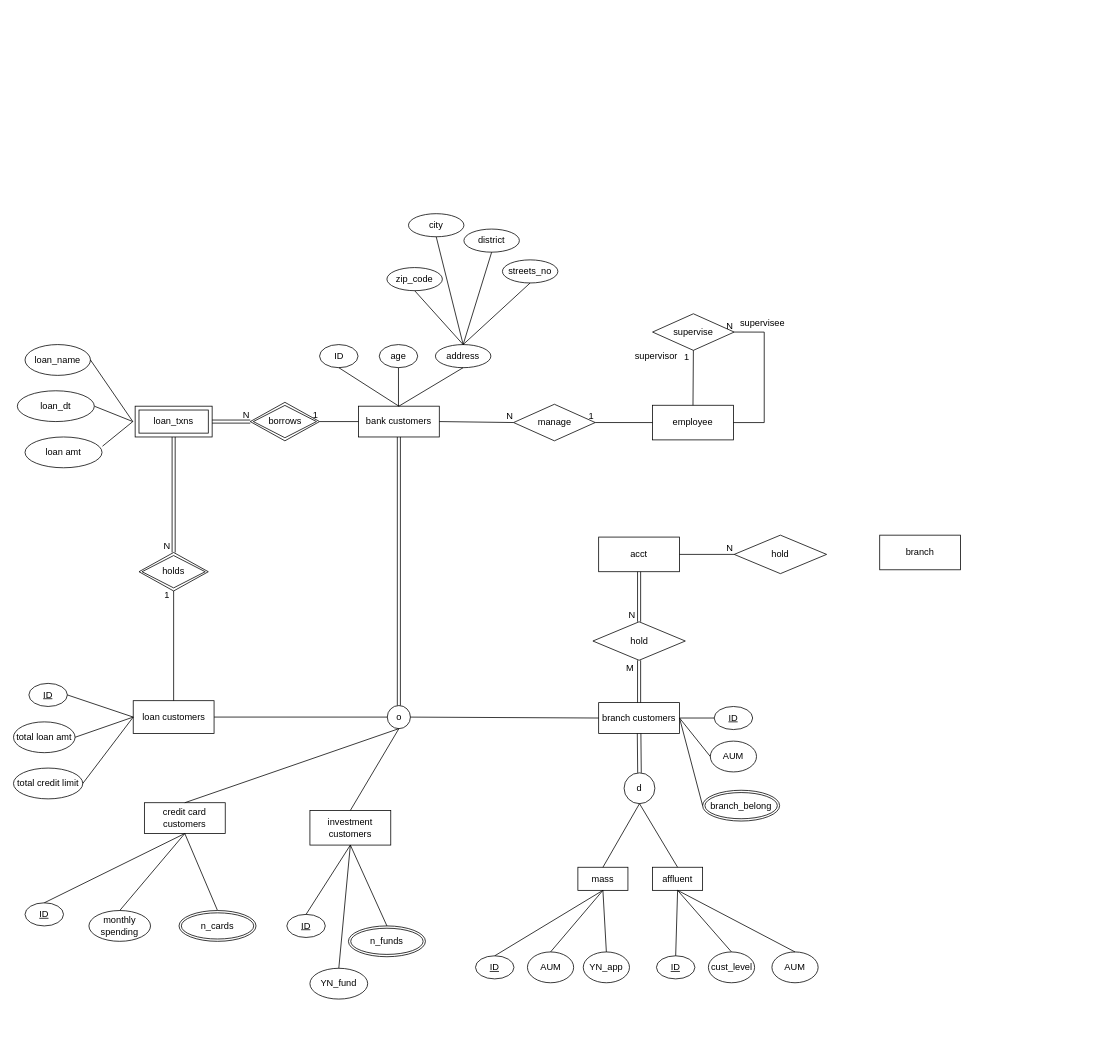
The draw.io diagram Homeworks/hw1.drawio in qqaazz800624/2023_Database_Systems_SQLtoNoSQL, before the edit. Source tidied: cells renumbered, new cells numbered last; positions are measured from the earlier drawing's top-left corner, leaving out a move shared by most shapes. Both pictures are drawn from the tidied source at 77%, with x=0, y=0 at pixel (13, 213).
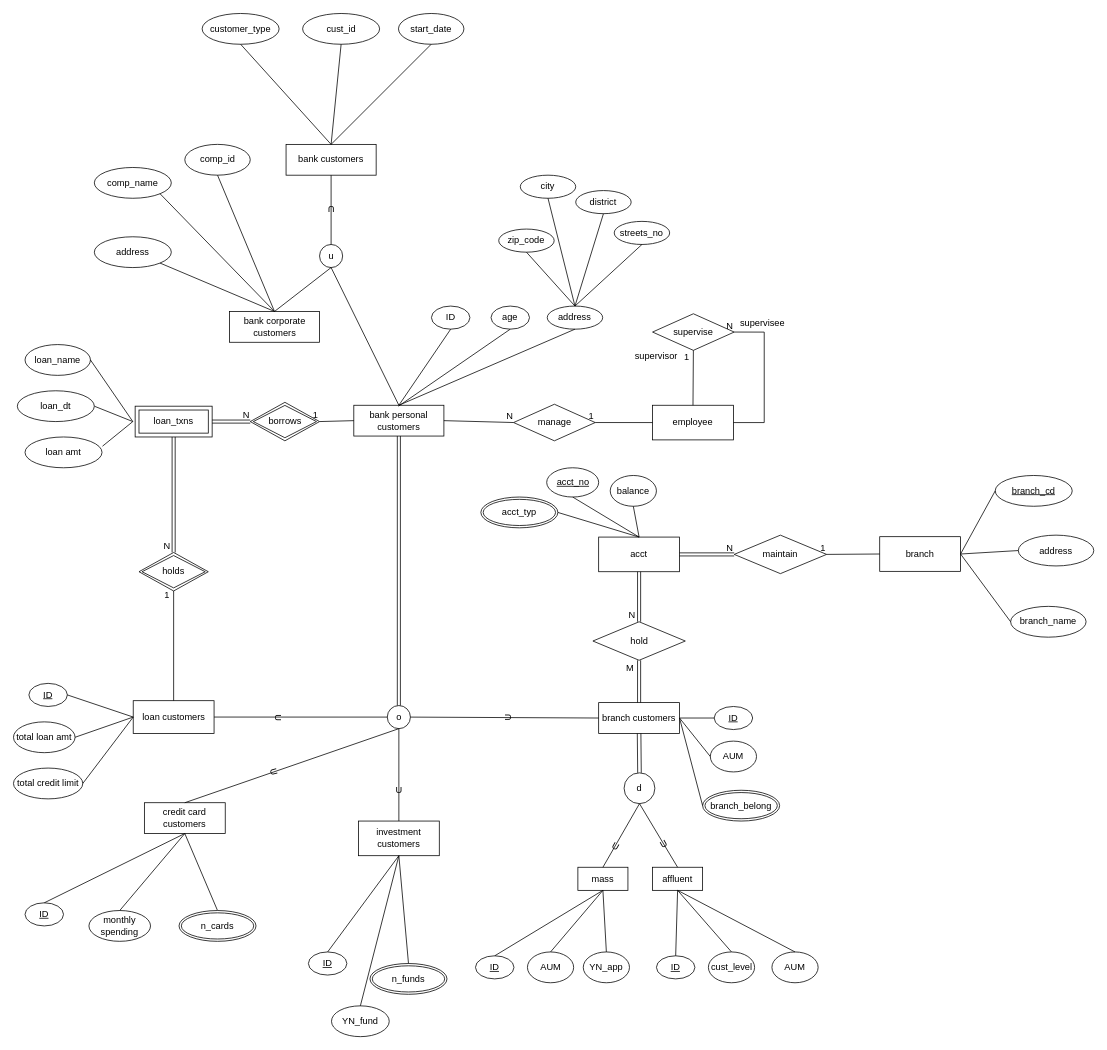
The same diagram, later.

The change refers to these unchanged cells:
```xml
<mxCell id="95" value="acct" style="rounded=0;whiteSpace=wrap;html=1;" parent="1" vertex="1">
  <mxGeometry x="760" y="420" width="105" height="45" as="geometry" />
</mxCell>
```

What changed in the source:
```diff
@@
-    <mxCell id="2" value="bank customers" style="rounded=0;whiteSpace=wrap;html=1;" parent="1" vertex="1">
-      <mxGeometry x="448" y="250" width="105" height="40" as="geometry" />
+    <mxCell id="2" value="bank personal customers" style="rounded=0;whiteSpace=wrap;html=1;" parent="1" vertex="1">
+      <mxGeometry x="442" y="248.8" width="117" height="40" as="geometry" />
     </mxCell>
@@
     <mxCell id="5" value="investment customers" style="rounded=0;whiteSpace=wrap;html=1;" parent="1" vertex="1">
-      <mxGeometry x="385" y="775" width="105" height="45" as="geometry" />
+      <mxGeometry x="448" y="788.8" width="105" height="45" as="geometry" />
     </mxCell>
@@
     <mxCell id="10" value="ID" style="ellipse;whiteSpace=wrap;html=1;" parent="1" vertex="1">
-      <mxGeometry x="397.5" y="170" width="50" height="30" as="geometry" />
+      <mxGeometry x="542.8" y="120" width="50" height="30" as="geometry" />
     </mxCell>
     <mxCell id="11" value="age" style="ellipse;whiteSpace=wrap;html=1;" parent="1" vertex="1">
-      <mxGeometry x="475" y="170" width="50" height="30" as="geometry" />
+      <mxGeometry x="620.2" y="120" width="50" height="30" as="geometry" />
     </mxCell>
     <mxCell id="12" value="address" style="ellipse;whiteSpace=wrap;html=1;" parent="1" vertex="1">
-      <mxGeometry x="548" y="170" width="72" height="30" as="geometry" />
+      <mxGeometry x="693.2" y="120" width="72" height="30" as="geometry" />
     </mxCell>
@@
     <mxCell id="46" value="zip_code" style="ellipse;whiteSpace=wrap;html=1;" parent="1" vertex="1">
-      <mxGeometry x="485" y="70" width="72" height="30" as="geometry" />
+      <mxGeometry x="630.2" y="20" width="72" height="30" as="geometry" />
     </mxCell>
     <mxCell id="47" value="city" style="ellipse;whiteSpace=wrap;html=1;" parent="1" vertex="1">
-      <mxGeometry x="513" width="72" height="30" as="geometry" />
+      <mxGeometry x="658.2" y="-50" width="72" height="30" as="geometry" />
     </mxCell>
     <mxCell id="48" value="district" style="ellipse;whiteSpace=wrap;html=1;" parent="1" vertex="1">
-      <mxGeometry x="585" y="20" width="72" height="30" as="geometry" />
+      <mxGeometry x="730.2" y="-30" width="72" height="30" as="geometry" />
     </mxCell>
     <mxCell id="49" value="streets_no" style="ellipse;whiteSpace=wrap;html=1;" parent="1" vertex="1">
-      <mxGeometry x="635" y="60" width="72" height="30" as="geometry" />
+      <mxGeometry x="780.2" y="10" width="72" height="30" as="geometry" />
     </mxCell>
@@
     <mxCell id="67" value="&lt;u&gt;ID&lt;/u&gt;" style="ellipse;whiteSpace=wrap;html=1;" parent="1" vertex="1">
-      <mxGeometry x="355" y="910" width="50" height="30" as="geometry" />
+      <mxGeometry x="383" y="958.8" width="50" height="30" as="geometry" />
     </mxCell>
     <mxCell id="68" value="YN_fund" style="ellipse;whiteSpace=wrap;html=1;" parent="1" vertex="1">
-      <mxGeometry x="385" y="980" width="75" height="40" as="geometry" />
+      <mxGeometry x="413" y="1028.8" width="75" height="40" as="geometry" />
     </mxCell>
     <mxCell id="69" value="n_funds" style="ellipse;shape=doubleEllipse;margin=3;whiteSpace=wrap;html=1;align=center;" parent="1" vertex="1">
-      <mxGeometry x="435" y="925" width="100" height="40" as="geometry" />
+      <mxGeometry x="463" y="973.8" width="100" height="40" as="geometry" />
     </mxCell>
@@
     <mxCell id="106" value="branch" style="rounded=0;whiteSpace=wrap;html=1;" parent="1" vertex="1">
-      <mxGeometry x="1125" y="417.5" width="105" height="45" as="geometry" />
+      <mxGeometry x="1125" y="419.5" width="105" height="45" as="geometry" />
     </mxCell>
-    <mxCell id="107" value="hold" style="shape=rhombus;perimeter=rhombusPerimeter;whiteSpace=wrap;html=1;align=center;" parent="1" vertex="1">
+    <mxCell id="107" value="maintain" style="shape=rhombus;perimeter=rhombusPerimeter;whiteSpace=wrap;html=1;align=center;" parent="1" vertex="1">
       <mxGeometry x="936" y="417.5" width="120" height="50" as="geometry" />
     </mxCell>
+    <mxCell id="110" style="endArrow=none;html=1;rounded=0;exitX=0;exitY=0.5;exitDx=0;exitDy=0;entryX=1;entryY=0.5;entryDx=0;entryDy=0;" parent="1" edge="1" source="106" target="107">
+      <mxGeometry relative="1" as="geometry" />
+    </mxCell>
+    <mxCell id="111" value="1" style="html=1;whiteSpace=wrap;align=right;verticalAlign=bottom;" parent="110" vertex="1">
+      <mxGeometry x="1" relative="1" as="geometry" />
+    </mxCell>
+    <mxCell id="112" value="&lt;u&gt;acct_no&lt;/u&gt;" style="ellipse;whiteSpace=wrap;html=1;" parent="1" vertex="1">
+      <mxGeometry x="692.5" y="330" width="67.5" height="38" as="geometry" />
+    </mxCell>
+    <mxCell id="113" value="balance" style="ellipse;whiteSpace=wrap;html=1;" parent="1" vertex="1">
+      <mxGeometry x="775" y="340" width="60" height="40" as="geometry" />
+    </mxCell>
+    <mxCell id="114" value="acct_typ" style="ellipse;shape=doubleEllipse;margin=3;whiteSpace=wrap;html=1;align=center;" parent="1" vertex="1">
+      <mxGeometry x="607" y="368" width="100" height="40" as="geometry" />
+    </mxCell>
+    <mxCell id="115" style="endArrow=none;html=1;rounded=0;exitX=0.5;exitY=1;exitDx=0;exitDy=0;entryX=0.5;entryY=0;entryDx=0;entryDy=0;" parent="1" edge="1" source="113" target="95">
+      <mxGeometry relative="1" as="geometry" />
+    </mxCell>
+    <mxCell id="116" style="endArrow=none;html=1;rounded=0;exitX=0.5;exitY=1;exitDx=0;exitDy=0;entryX=0.5;entryY=0;entryDx=0;entryDy=0;" parent="1" edge="1" source="112" target="95">
+      <mxGeometry relative="1" as="geometry" />
+    </mxCell>
+    <mxCell id="117" style="endArrow=none;html=1;rounded=0;exitX=1;exitY=0.5;exitDx=0;exitDy=0;entryX=0.5;entryY=0;entryDx=0;entryDy=0;" parent="1" edge="1" source="114" target="95">
+      <mxGeometry relative="1" as="geometry" />
+    </mxCell>
+    <mxCell id="118" value="&lt;u&gt;branch_cd&lt;/u&gt;" style="ellipse;whiteSpace=wrap;html=1;" parent="1" vertex="1">
+      <mxGeometry x="1275" y="340" width="100" height="40" as="geometry" />
+    </mxCell>
+    <mxCell id="119" value="address" style="ellipse;whiteSpace=wrap;html=1;" parent="1" vertex="1">
+      <mxGeometry x="1305" y="417.5" width="98" height="40" as="geometry" />
+    </mxCell>
+    <mxCell id="120" value="branch_name" style="ellipse;whiteSpace=wrap;html=1;" parent="1" vertex="1">
+      <mxGeometry x="1295" y="510" width="98" height="40" as="geometry" />
+    </mxCell>
+    <mxCell id="121" style="endArrow=none;html=1;rounded=0;entryX=0;entryY=0.5;entryDx=0;entryDy=0;exitX=1;exitY=0.5;exitDx=0;exitDy=0;" parent="1" edge="1" source="106" target="118">
+      <mxGeometry relative="1" as="geometry" />
+    </mxCell>
+    <mxCell id="122" style="endArrow=none;html=1;rounded=0;entryX=0;entryY=0.5;entryDx=0;entryDy=0;exitX=1;exitY=0.5;exitDx=0;exitDy=0;" parent="1" edge="1" source="106" target="119">
+      <mxGeometry relative="1" as="geometry" />
+    </mxCell>
+    <mxCell id="123" style="endArrow=none;html=1;rounded=0;entryX=0;entryY=0.5;entryDx=0;entryDy=0;exitX=1;exitY=0.5;exitDx=0;exitDy=0;" parent="1" edge="1" source="106" target="120">
+      <mxGeometry relative="1" as="geometry" />
+    </mxCell>
-    <mxCell id="108" style="endArrow=none;html=1;rounded=0;entryX=0;entryY=0.5;entryDx=0;entryDy=0;exitX=1;exitY=0.5;exitDx=0;exitDy=0;" parent="1" edge="1" source="95" target="107">
+    <mxCell id="108" style="shape=link;html=1;rounded=0;entryX=0;entryY=0.5;entryDx=0;entryDy=0;exitX=1;exitY=0.5;exitDx=0;exitDy=0;" parent="1" edge="1" source="95" target="107">
       <mxGeometry relative="1" as="geometry" />
     </mxCell>
@@
+    <mxCell id="124" value="bank corporate customers" style="rounded=0;whiteSpace=wrap;html=1;" parent="1" vertex="1">
+      <mxGeometry x="280.5" y="127" width="117" height="40" as="geometry" />
+    </mxCell>
+    <mxCell id="125" value="bank customers" style="rounded=0;whiteSpace=wrap;html=1;" parent="1" vertex="1">
+      <mxGeometry x="354" y="-90" width="117" height="40" as="geometry" />
+    </mxCell>
+    <mxCell id="126" value="u" style="ellipse;whiteSpace=wrap;html=1;" parent="1" vertex="1">
+      <mxGeometry x="397.5" y="40" width="30" height="30" as="geometry" />
+    </mxCell>
+    <mxCell id="127" style="endArrow=none;html=1;rounded=0;entryX=0.5;entryY=1;entryDx=0;entryDy=0;exitX=0.5;exitY=0;exitDx=0;exitDy=0;" parent="1" edge="1" source="124" target="126">
+      <mxGeometry relative="1" as="geometry" />
+    </mxCell>
+    <mxCell id="128" style="endArrow=none;html=1;rounded=0;entryX=0.5;entryY=1;entryDx=0;entryDy=0;exitX=0.5;exitY=0;exitDx=0;exitDy=0;" parent="1" edge="1" source="2" target="126">
+      <mxGeometry relative="1" as="geometry" />
+    </mxCell>
+    <mxCell id="129" style="endArrow=none;html=1;rounded=0;entryX=0.5;entryY=1;entryDx=0;entryDy=0;exitX=0.5;exitY=0;exitDx=0;exitDy=0;" parent="1" edge="1" source="126" target="125">
+      <mxGeometry relative="1" as="geometry" />
+    </mxCell>
+    <mxCell id="130" value="U" style="text;html=1;strokeColor=none;fillColor=none;align=center;verticalAlign=middle;whiteSpace=wrap;rounded=0;rotation=-180;" parent="1" vertex="1">
+      <mxGeometry x="383" y="-20" width="60" height="30" as="geometry" />
+    </mxCell>
+    <mxCell id="131" value="U" style="text;html=1;strokeColor=none;fillColor=none;align=center;verticalAlign=middle;whiteSpace=wrap;rounded=0;rotation=90;" parent="1" vertex="1">
+      <mxGeometry x="325" y="632.5" width="38.1" height="44.8" as="geometry" />
+    </mxCell>
+    <mxCell id="132" value="U" style="text;html=1;strokeColor=none;fillColor=none;align=center;verticalAlign=middle;whiteSpace=wrap;rounded=0;rotation=75;" parent="1" vertex="1">
+      <mxGeometry x="313.1" y="703" width="50" height="44.8" as="geometry" />
+    </mxCell>
+    <mxCell id="133" value="U" style="text;html=1;strokeColor=none;fillColor=none;align=center;verticalAlign=middle;whiteSpace=wrap;rounded=0;rotation=0;" parent="1" vertex="1">
+      <mxGeometry x="475.5" y="726.2" width="50" height="44.8" as="geometry" />
+    </mxCell>
+    <mxCell id="134" value="U" style="text;html=1;strokeColor=none;fillColor=none;align=center;verticalAlign=middle;whiteSpace=wrap;rounded=0;rotation=-90;" parent="1" vertex="1">
+      <mxGeometry x="617.5" y="629.5" width="50" height="51" as="geometry" />
+    </mxCell>
+    <mxCell id="135" value="U" style="text;html=1;strokeColor=none;fillColor=none;align=center;verticalAlign=middle;whiteSpace=wrap;rounded=0;rotation=30;" parent="1" vertex="1">
+      <mxGeometry x="757.2" y="796.8" width="50" height="51" as="geometry" />
+    </mxCell>
+    <mxCell id="136" value="U" style="text;html=1;strokeColor=none;fillColor=none;align=center;verticalAlign=middle;whiteSpace=wrap;rounded=0;rotation=-30;" parent="1" vertex="1">
+      <mxGeometry x="820" y="793.8" width="50" height="51" as="geometry" />
+    </mxCell>
+    <mxCell id="137" value="comp_id" style="ellipse;whiteSpace=wrap;html=1;" parent="1" vertex="1">
+      <mxGeometry x="222.5" y="-90" width="85" height="40" as="geometry" />
+    </mxCell>
+    <mxCell id="138" value="address" style="ellipse;whiteSpace=wrap;html=1;" parent="1" vertex="1">
+      <mxGeometry x="105" y="30" width="100" height="40" as="geometry" />
+    </mxCell>
+    <mxCell id="139" value="comp_name" style="ellipse;whiteSpace=wrap;html=1;" parent="1" vertex="1">
+      <mxGeometry x="105" y="-60" width="100" height="40" as="geometry" />
+    </mxCell>
+    <mxCell id="140" style="endArrow=none;html=1;rounded=0;entryX=1;entryY=1;entryDx=0;entryDy=0;exitX=0.5;exitY=0;exitDx=0;exitDy=0;" parent="1" edge="1" source="124" target="138">
+      <mxGeometry relative="1" as="geometry" />
+    </mxCell>
+    <mxCell id="141" style="endArrow=none;html=1;rounded=0;entryX=1;entryY=1;entryDx=0;entryDy=0;exitX=0.5;exitY=0;exitDx=0;exitDy=0;" parent="1" edge="1" source="124" target="139">
+      <mxGeometry relative="1" as="geometry" />
+    </mxCell>
+    <mxCell id="142" style="endArrow=none;html=1;rounded=0;entryX=0.5;entryY=1;entryDx=0;entryDy=0;exitX=0.5;exitY=0;exitDx=0;exitDy=0;" parent="1" edge="1" source="124" target="137">
+      <mxGeometry relative="1" as="geometry" />
+    </mxCell>
+    <mxCell id="143" value="start_date" style="ellipse;whiteSpace=wrap;html=1;" parent="1" vertex="1">
+      <mxGeometry x="500" y="-260" width="85" height="40" as="geometry" />
+    </mxCell>
+    <mxCell id="144" value="customer_type" style="ellipse;whiteSpace=wrap;html=1;" parent="1" vertex="1">
+      <mxGeometry x="245" y="-260" width="100" height="40" as="geometry" />
+    </mxCell>
+    <mxCell id="145" value="cust_id" style="ellipse;whiteSpace=wrap;html=1;" parent="1" vertex="1">
+      <mxGeometry x="375.5" y="-260" width="100" height="40" as="geometry" />
+    </mxCell>
+    <mxCell id="146" style="endArrow=none;html=1;rounded=0;entryX=0.5;entryY=1;entryDx=0;entryDy=0;exitX=0.5;exitY=0;exitDx=0;exitDy=0;" parent="1" edge="1" source="125" target="143">
+      <mxGeometry relative="1" as="geometry" />
+    </mxCell>
+    <mxCell id="147" style="endArrow=none;html=1;rounded=0;entryX=0.5;entryY=1;entryDx=0;entryDy=0;exitX=0.5;exitY=0;exitDx=0;exitDy=0;" parent="1" edge="1" source="125" target="145">
+      <mxGeometry relative="1" as="geometry" />
+    </mxCell>
+    <mxCell id="148" style="endArrow=none;html=1;rounded=0;entryX=0.5;entryY=1;entryDx=0;entryDy=0;exitX=0.5;exitY=0;exitDx=0;exitDy=0;" parent="1" edge="1" source="125" target="144">
+      <mxGeometry relative="1" as="geometry" />
+    </mxCell>
```
